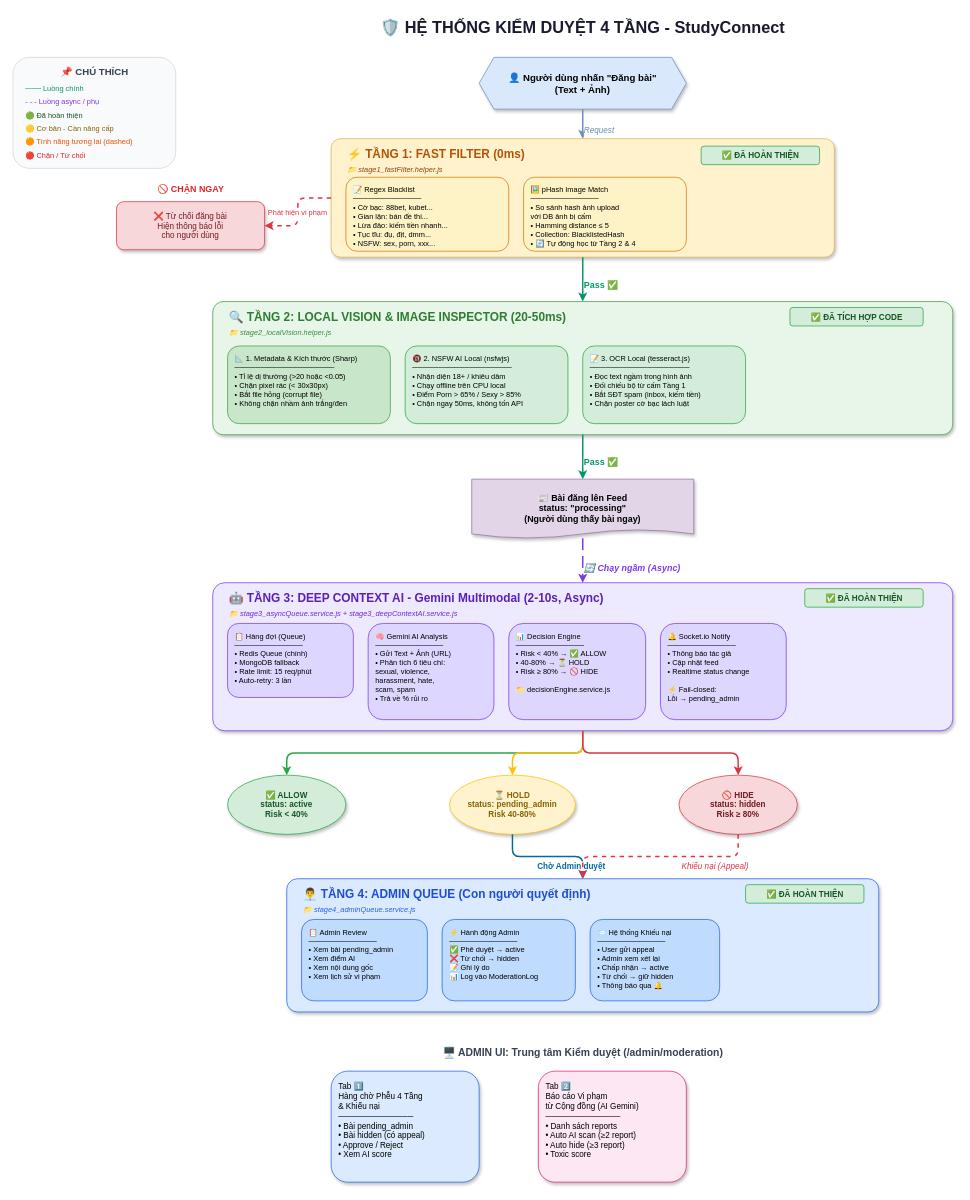
Above: docs/4-tier-moderation-system.drawio in namtrannnn/Study_Connect (draw.io), before the change. Source tidied: cells renumbered, new cells numbered last; positions are measured from the earlier drawing's top-left corner, leaving out a move shared by most shapes. Both pictures are drawn from the tidied source at 74%, with x=0, y=0 at pixel (13, 13).
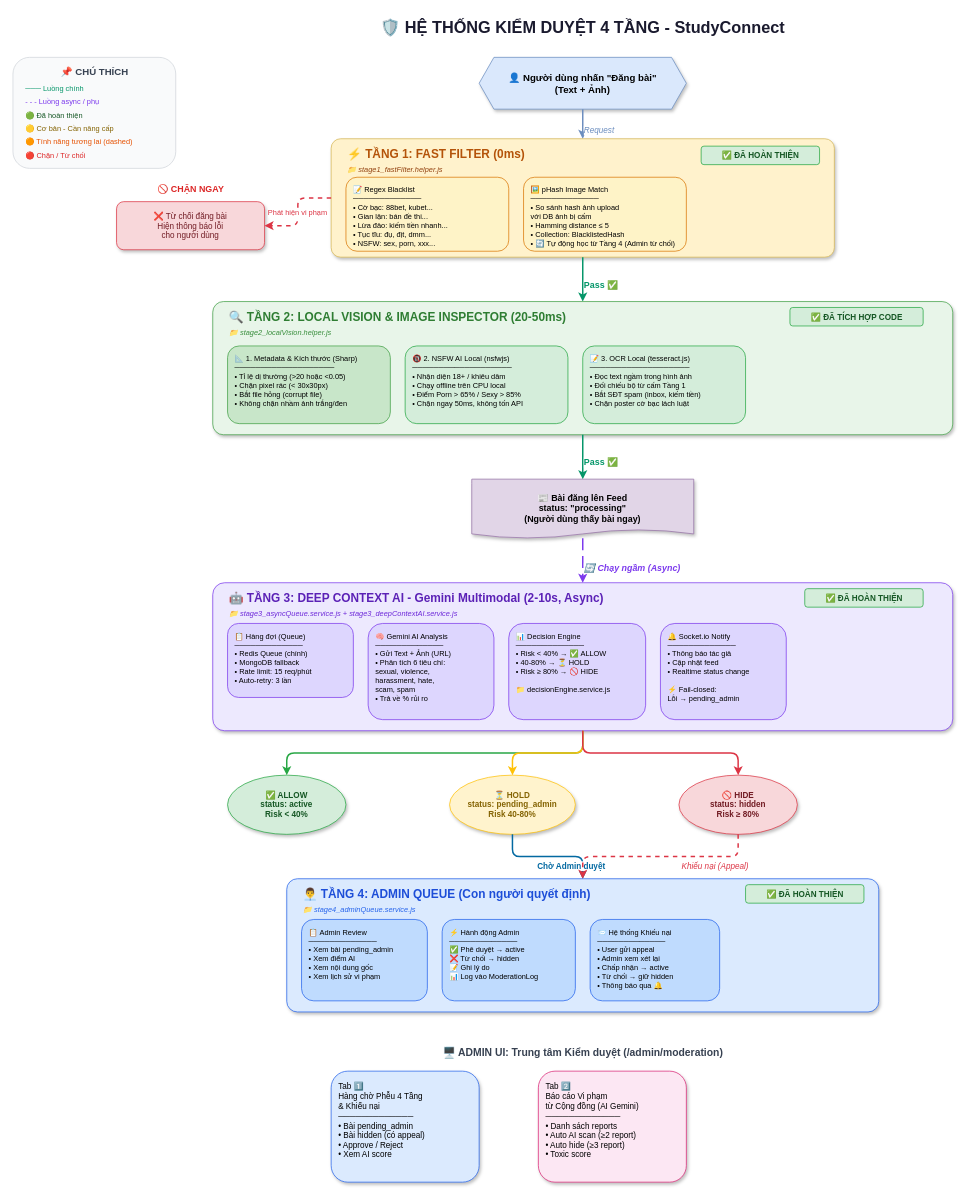
The same page after the edit.

Diff of the diagram source:
```diff
@@
-    <mxCell id="10" value="🖼️ pHash Image Match&#10;─────────────&#10;• So sánh hash ảnh upload&#10;  với DB ảnh bị cấm&#10;• Hamming distance ≤ 5&#10;• Collection: BlacklistedHash&#10;• 🔄 Tự động học từ Tầng 2 &amp; 4" style="rounded=1;whiteSpace=wrap;html=1;fillColor=#fef3c7;strokeColor=#d97706;fontSize=10;align=left;verticalAlign=top;spacingLeft=8;spacingTop=5;" parent="1" vertex="1">
+    <mxCell id="10" value="🖼️ pHash Image Match&#10;─────────────&#10;• So sánh hash ảnh upload&#10;  với DB ảnh bị cấm&#10;• Hamming distance ≤ 5&#10;• Collection: BlacklistedHash&#10;• 🔄 Tự động học từ Tầng 4 (Admin từ chối)" style="rounded=1;whiteSpace=wrap;html=1;fillColor=#fef3c7;strokeColor=#d97706;fontSize=10;align=left;verticalAlign=top;spacingLeft=8;spacingTop=5;" parent="1" vertex="1">
       <mxGeometry x="690" y="222" width="220" height="100" as="geometry" />
     </mxCell>
```
